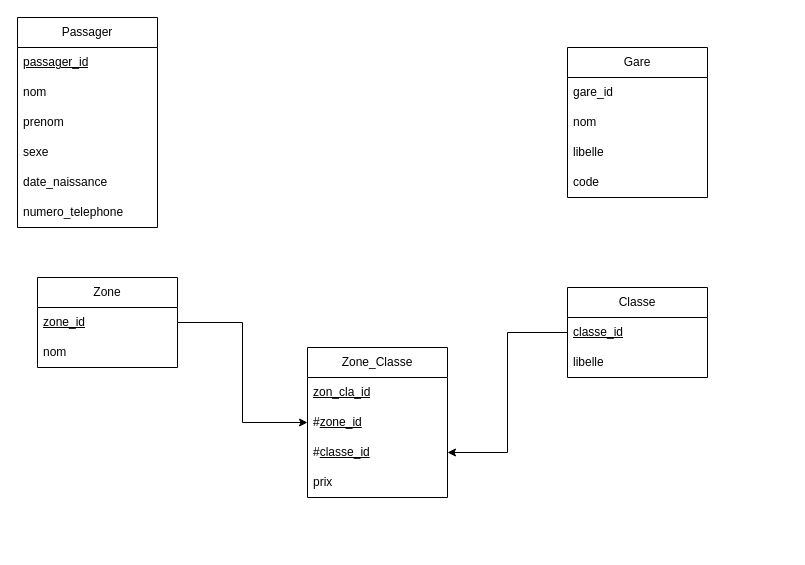
Above: mcd quiz/Diagramme sans nom.drawio in Maminjatovo/MCD (draw.io), before the change. Source tidied: cells renumbered, new cells numbered last; positions are measured from the earlier drawing's top-left corner, leaving out a move shared by most shapes. Both pictures are drawn from the tidied source at 100%, with x=0, y=0 at pixel (17, 17).
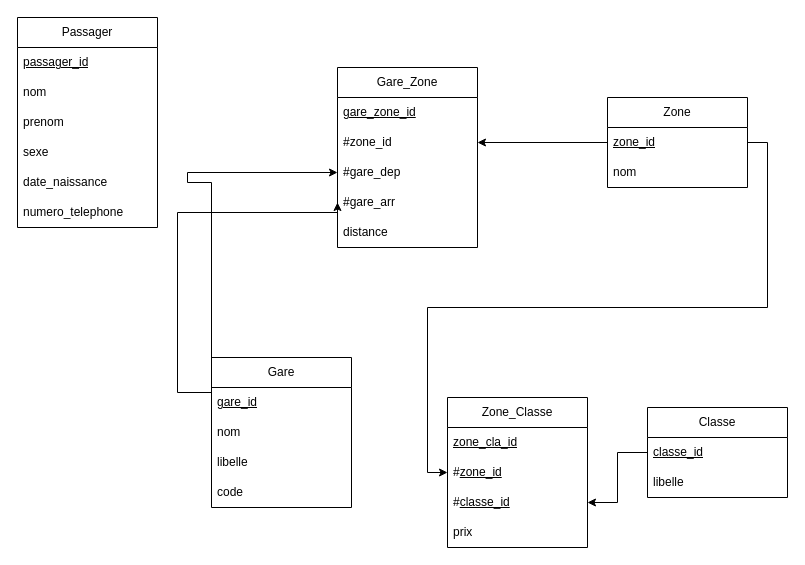
The same page after the edit.

Commit message:
Mettre à jour Diagramme sans nom.drawio

The change refers to these unchanged cells:
```xml
<mxCell id="15" value="&lt;u&gt;zone_id&lt;/u&gt;" style="text;strokeColor=none;fillColor=none;align=left;verticalAlign=middle;spacingLeft=4;spacingRight=4;overflow=hidden;points=[[0,0.5],[1,0.5]];portConstraint=eastwest;whiteSpace=wrap;html=1;" parent="14" vertex="1">
  <mxGeometry y="30" width="140" height="30" as="geometry" />
</mxCell>
```

Change to the diagram source:
```diff
@@
     <mxCell id="2" value="Gare" style="swimlane;fontStyle=0;horizontal=1;startSize=30;whiteSpace=wrap;html=1;" parent="1" vertex="1">
-      <mxGeometry x="550" y="30" width="140" height="150" as="geometry" />
+      <mxGeometry x="194" y="340" width="140" height="150" as="geometry" />
     </mxCell>
-    <mxCell id="3" value="gare_id" style="text;strokeColor=none;fillColor=none;align=left;verticalAlign=middle;spacingLeft=4;spacingRight=4;overflow=hidden;points=[[0,0.5],[1,0.5]];portConstraint=eastwest;whiteSpace=wrap;html=1;" parent="2" vertex="1">
+    <mxCell id="3" value="&lt;u&gt;gare_id&lt;/u&gt;" style="text;strokeColor=none;fillColor=none;align=left;verticalAlign=middle;spacingLeft=4;spacingRight=4;overflow=hidden;points=[[0,0.5],[1,0.5]];portConstraint=eastwest;whiteSpace=wrap;html=1;" parent="2" vertex="1">
       <mxGeometry y="30" width="140" height="30" as="geometry" />
     </mxCell>
@@
     <mxCell id="14" value="Zone" style="swimlane;fontStyle=0;horizontal=1;startSize=30;whiteSpace=wrap;html=1;" parent="1" vertex="1">
-      <mxGeometry x="20" y="260" width="140" height="90" as="geometry" />
+      <mxGeometry x="590" y="80" width="140" height="90" as="geometry" />
     </mxCell>
@@
     <mxCell id="17" value="Classe" style="swimlane;fontStyle=0;horizontal=1;startSize=30;whiteSpace=wrap;html=1;" parent="1" vertex="1">
-      <mxGeometry x="550" y="270" width="140" height="90" as="geometry" />
+      <mxGeometry x="630" y="390" width="140" height="90" as="geometry" />
     </mxCell>
@@
     <mxCell id="20" value="Zone_Classe" style="swimlane;fontStyle=0;horizontal=1;startSize=30;whiteSpace=wrap;html=1;" parent="1" vertex="1">
-      <mxGeometry x="290" y="330" width="140" height="150" as="geometry" />
+      <mxGeometry x="430" y="380" width="140" height="150" as="geometry" />
     </mxCell>
-    <mxCell id="21" value="&lt;u&gt;zon_cla_id&lt;/u&gt;" style="text;strokeColor=none;fillColor=none;align=left;verticalAlign=middle;spacingLeft=4;spacingRight=4;overflow=hidden;whiteSpace=wrap;html=1;" parent="20" vertex="1">
+    <mxCell id="21" value="&lt;u&gt;zone_cla_id&lt;/u&gt;" style="text;strokeColor=none;fillColor=none;align=left;verticalAlign=middle;spacingLeft=4;spacingRight=4;overflow=hidden;whiteSpace=wrap;html=1;" parent="20" vertex="1">
       <mxGeometry y="30" width="140" height="30" as="geometry" />
     </mxCell>
@@
+    <mxCell id="27" value="Gare_Zone" style="swimlane;fontStyle=0;horizontal=1;startSize=30;whiteSpace=wrap;html=1;" parent="1" vertex="1">
+      <mxGeometry x="320" y="50" width="140" height="180" as="geometry" />
+    </mxCell>
+    <mxCell id="28" value="&lt;u&gt;gare_zone_id&lt;/u&gt;" style="text;strokeColor=none;fillColor=none;align=left;verticalAlign=middle;spacingLeft=4;spacingRight=4;overflow=hidden;whiteSpace=wrap;html=1;" parent="27" vertex="1">
+      <mxGeometry y="30" width="140" height="30" as="geometry" />
+    </mxCell>
+    <mxCell id="29" value="#zone_id" style="text;strokeColor=none;fillColor=none;align=left;verticalAlign=middle;spacingLeft=4;spacingRight=4;overflow=hidden;points=[[0,0.5],[1,0.5]];portConstraint=eastwest;whiteSpace=wrap;html=1;" parent="27" vertex="1">
+      <mxGeometry y="60" width="140" height="30" as="geometry" />
+    </mxCell>
+    <mxCell id="30" value="#gare_dep" style="text;strokeColor=none;fillColor=none;align=left;verticalAlign=middle;spacingLeft=4;spacingRight=4;overflow=hidden;points=[[0,0.5],[1,0.5]];portConstraint=eastwest;whiteSpace=wrap;html=1;" parent="27" vertex="1">
+      <mxGeometry y="90" width="140" height="30" as="geometry" />
+    </mxCell>
+    <mxCell id="31" value="#gare_arr" style="text;strokeColor=none;fillColor=none;align=left;verticalAlign=middle;spacingLeft=4;spacingRight=4;overflow=hidden;points=[[0,0.5],[1,0.5]];portConstraint=eastwest;whiteSpace=wrap;html=1;" parent="27" vertex="1">
+      <mxGeometry y="120" width="140" height="30" as="geometry" />
+    </mxCell>
+    <mxCell id="32" value="distance" style="text;strokeColor=none;fillColor=none;align=left;verticalAlign=middle;spacingLeft=4;spacingRight=4;overflow=hidden;whiteSpace=wrap;html=1;" parent="27" vertex="1">
+      <mxGeometry y="150" width="140" height="30" as="geometry" />
+    </mxCell>
+    <mxCell id="33" style="edgeStyle=orthogonalEdgeStyle;rounded=0;jettySize=auto;html=1;exitX=0;exitY=0.5;exitDx=0;exitDy=0;entryX=1;entryY=0.5;entryDx=0;entryDy=0;" parent="1" edge="1" source="15" target="29">
+      <mxGeometry relative="1" as="geometry" />
+    </mxCell>
+    <mxCell id="34" style="edgeStyle=orthogonalEdgeStyle;rounded=0;jettySize=auto;html=1;exitX=0;exitY=0.5;exitDx=0;exitDy=0;entryX=0;entryY=0.5;entryDx=0;entryDy=0;" parent="1" edge="1" source="3" target="30">
+      <mxGeometry relative="1" as="geometry">
+        <Array as="points">
+          <mxPoint x="170" y="165" />
+        </Array>
+      </mxGeometry>
+    </mxCell>
+    <mxCell id="35" style="edgeStyle=orthogonalEdgeStyle;rounded=0;jettySize=auto;html=1;exitX=0;exitY=0.5;exitDx=0;exitDy=0;entryX=0;entryY=0.5;entryDx=0;entryDy=0;" parent="1" edge="1" source="3" target="31">
+      <mxGeometry relative="1" as="geometry">
+        <Array as="points">
+          <mxPoint x="160" y="375" />
+          <mxPoint x="160" y="195" />
+        </Array>
+      </mxGeometry>
+    </mxCell>
```
